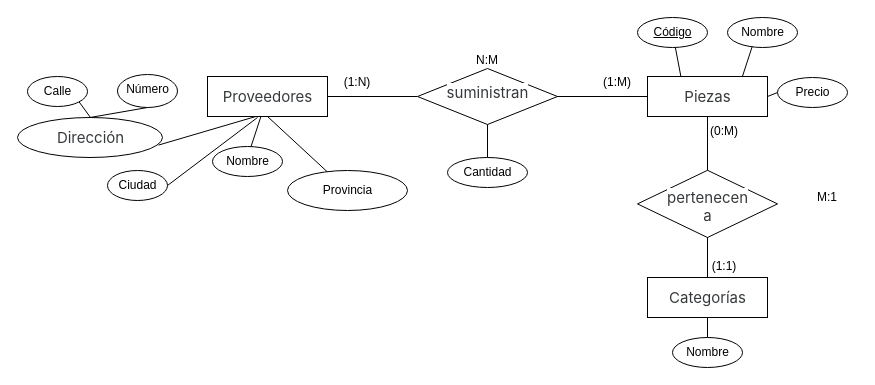
popnoart/popnoart keeps this draw.io diagram as Tarea 02_02 Proveedores y piezas.drawio. Above is the earlier version. Source tidied: cells renumbered, new cells numbered last; positions are measured from the earlier drawing's top-left corner, leaving out a move shared by most shapes. Both pictures are drawn from the tidied source at 100%, with x=0, y=0 at pixel (17, 17).
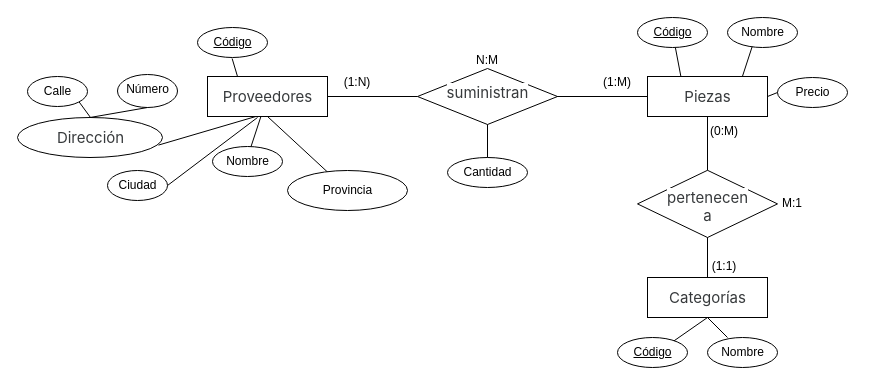
The same diagram, later.

The change refers to these unchanged cells:
```xml
<mxCell id="25" style="rounded=0;whiteSpace=wrap;html=1;labelBackgroundColor=default;" parent="24" vertex="1">
  <mxGeometry width="120" height="40" as="geometry" />
</mxCell>
<mxCell id="43" style="rounded=0;whiteSpace=wrap;html=1;labelBackgroundColor=default;" parent="42" vertex="1">
  <mxGeometry width="120" height="40" as="geometry" />
</mxCell>
<mxCell id="44" value="&lt;div style=&quot;text-align: left;&quot;&gt;&lt;font face=&quot;-apple-system, BlinkMacSystemFont, Segoe UI, Roboto, Helvetica Neue, Arial, Noto Sans, Liberation Sans, sans-serif, Apple Color Emoji, Segoe UI Emoji, Segoe UI Symbol, Noto Color Emoji&quot; color=&quot;#373a3c&quot;&gt;&lt;span style=&quot;font-size: 15px; text-wrap-mode: wrap; background-color: rgb(255, 255, 255);&quot;&gt;Categorías&lt;/span&gt;&lt;/font&gt;&lt;/div&gt;" style="text;html=1;align=center;verticalAlign=middle;points=[];strokeColor=none;fillColor=none;" parent="42" vertex="1">
  <mxGeometry x="10" y="5" width="100" height="30" as="geometry" />
</mxCell>
<mxCell id="51" value="Nombre" style="text;html=1;align=center;verticalAlign=middle;points=[];strokeColor=none;fillColor=none;" parent="49" vertex="1">
  <mxGeometry width="70" height="30" as="geometry" />
</mxCell>
```

What changed in the source:
```diff
@@
-    <mxCell id="3" style="endArrow=none;html=1;rounded=0;" parent="1" edge="1" source="51" target="44">
-      <mxGeometry relative="1" as="geometry" />
+    <mxCell id="3" style="endArrow=none;html=1;rounded=0;" parent="1" edge="1" source="51">
+      <mxGeometry relative="1" as="geometry">
+        <mxPoint x="690" y="300" as="targetPoint" />
+      </mxGeometry>
     </mxCell>
@@
     <mxCell id="45" style="group;labelBackgroundColor=default;" parent="1" vertex="1">
-      <mxGeometry x="610" y="160" width="170" height="60" as="geometry" />
+      <mxGeometry x="610" y="160" width="195" height="60" as="geometry" />
     </mxCell>
@@
+    <mxCell id="53" value="M:1" style="text;html=1;align=center;verticalAlign=middle;whiteSpace=wrap;rounded=0;" parent="45" vertex="1">
+      <mxGeometry x="135" y="-0.6" width="60" height="54" as="geometry" />
+    </mxCell>
+    <mxCell id="54" style="edgeStyle=orthogonalEdgeStyle;rounded=0;orthogonalLoop=1;jettySize=auto;html=1;exitX=0.5;exitY=1;exitDx=0;exitDy=0;" parent="45" edge="1" source="53" target="53">
+      <mxGeometry relative="1" as="geometry" />
+    </mxCell>
@@
     <mxCell id="49" style="group;labelBackgroundColor=default;" parent="1" vertex="1">
-      <mxGeometry x="655" y="320" width="70" height="30" as="geometry" />
+      <mxGeometry x="690" y="320" width="70" height="30" as="geometry" />
     </mxCell>
@@
-    <mxCell id="53" value="M:1" style="text;html=1;align=center;verticalAlign=middle;whiteSpace=wrap;rounded=0;" parent="1" vertex="1">
-      <mxGeometry x="780" y="153" width="60" height="54" as="geometry" />
-    </mxCell>
-    <mxCell id="54" style="edgeStyle=orthogonalEdgeStyle;rounded=0;orthogonalLoop=1;jettySize=auto;html=1;exitX=0.5;exitY=1;exitDx=0;exitDy=0;" parent="1" edge="1" source="53" target="53">
-      <mxGeometry relative="1" as="geometry" />
-    </mxCell>
@@
+    <mxCell id="71" style="group;labelBackgroundColor=default;" parent="1" vertex="1">
+      <mxGeometry x="180" y="10" width="70" height="30" as="geometry" />
+    </mxCell>
+    <mxCell id="72" style="ellipse;whiteSpace=wrap;html=1;" parent="71" vertex="1">
+      <mxGeometry width="70" height="30" as="geometry" />
+    </mxCell>
+    <mxCell id="73" value="&lt;u&gt;Código&lt;/u&gt;" style="text;html=1;align=center;verticalAlign=middle;points=[];strokeColor=none;fillColor=none;" parent="71" vertex="1">
+      <mxGeometry x="5" width="60" height="30" as="geometry" />
+    </mxCell>
+    <mxCell id="74" style="endArrow=none;html=1;rounded=0;entryX=0.25;entryY=0;entryDx=0;entryDy=0;exitX=0.494;exitY=1.033;exitDx=0;exitDy=0;exitPerimeter=0;" parent="1" edge="1" source="73" target="25">
+      <mxGeometry relative="1" as="geometry" />
+    </mxCell>
+    <mxCell id="75" style="endArrow=none;html=1;rounded=0;entryX=0.5;entryY=1;entryDx=0;entryDy=0;exitX=0.7;exitY=0.122;exitDx=0;exitDy=0;exitPerimeter=0;" parent="1" edge="1" target="43">
+      <mxGeometry relative="1" as="geometry">
+        <mxPoint x="656" y="323.7" as="sourcePoint" />
+      </mxGeometry>
+    </mxCell>
+    <mxCell id="76" style="group;labelBackgroundColor=default;" parent="1" vertex="1">
+      <mxGeometry x="600" y="320" width="70" height="30" as="geometry" />
+    </mxCell>
+    <mxCell id="77" style="ellipse;whiteSpace=wrap;html=1;" parent="76" vertex="1">
+      <mxGeometry width="70" height="30" as="geometry" />
+    </mxCell>
+    <mxCell id="78" value="&lt;u&gt;Código&lt;/u&gt;" style="text;html=1;align=center;verticalAlign=middle;strokeColor=none;fillColor=none;" parent="76" vertex="1">
+      <mxGeometry x="5" width="60" height="30" as="geometry" />
+    </mxCell>
```
